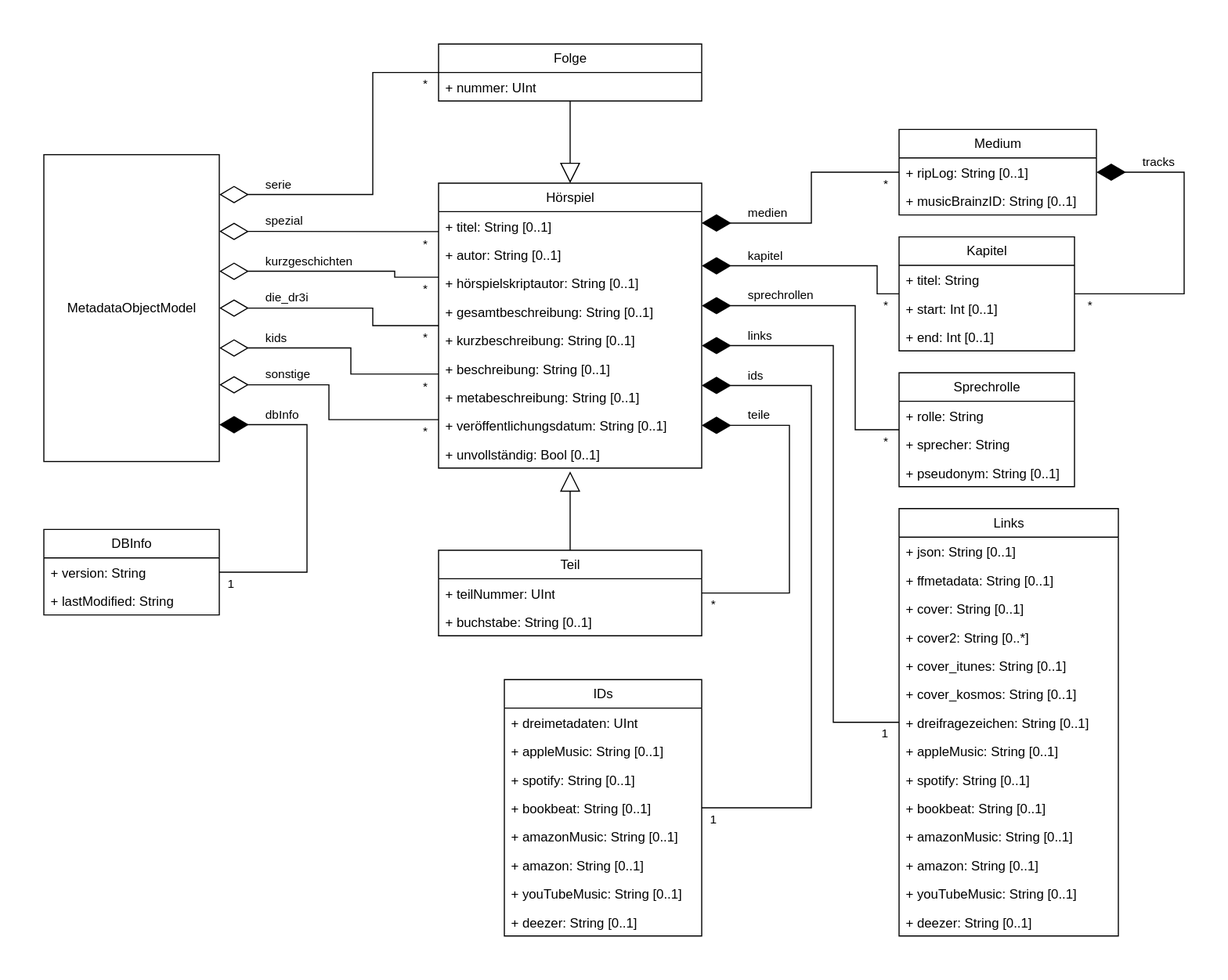
The draw.io diagram model/objectModel.svg in YourMJK/dreimetadaten, before a commit. Source tidied: cells renumbered, new cells last; positions are measured from the earlier drawing's top-left corner, leaving out a move shared by most shapes.
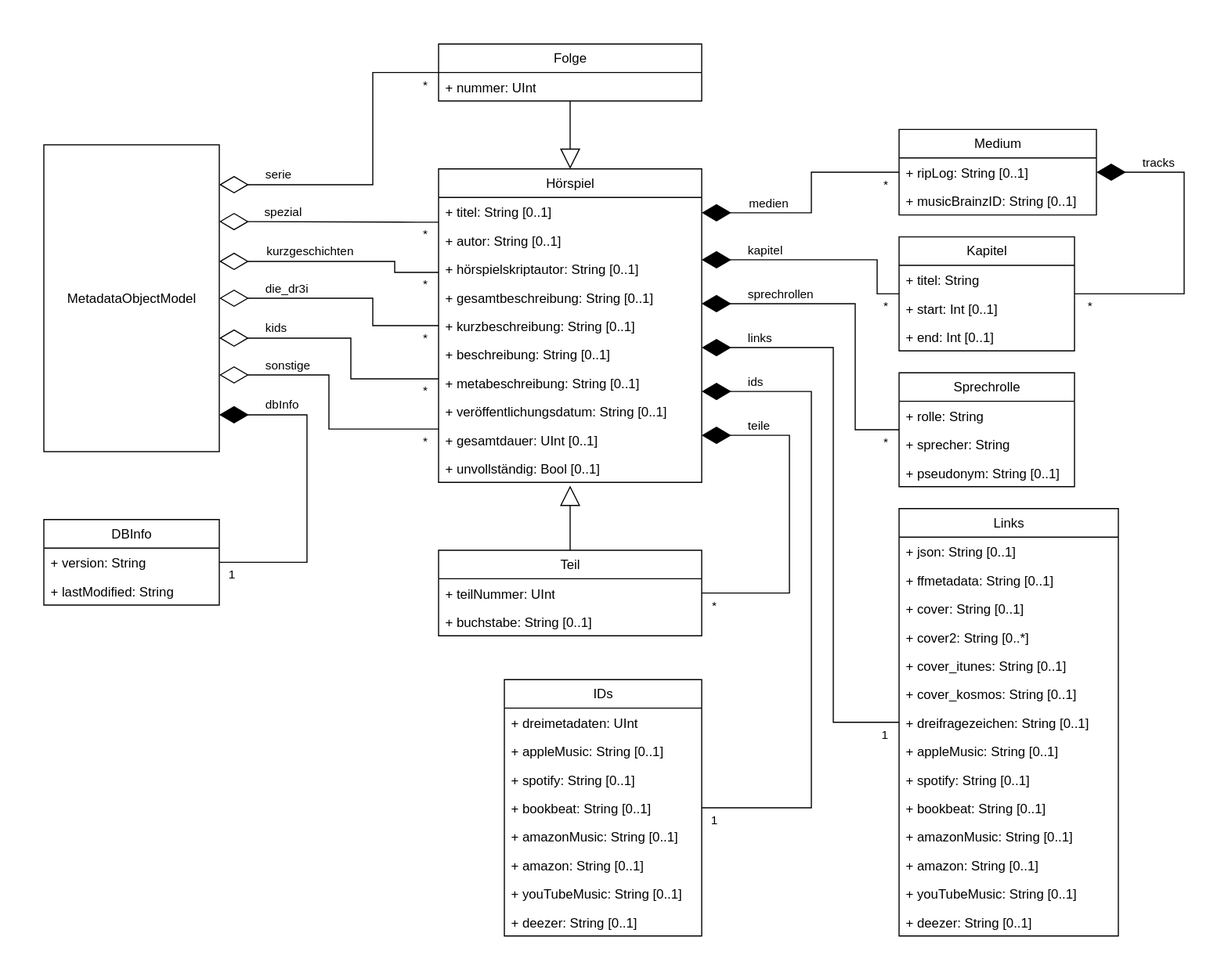
Later version of the same file.

Commit message:
code: Added new generated field "gesamtdauer" to object model (#100)

What changed in the source:
```diff
@@ -3,10 +3,10 @@
     <mxCell id="0" />
     <mxCell id="1" parent="0" />
     <mxCell id="2" value="MetadataObjectModel" style="html=1;whiteSpace=wrap;points=[[0,0,0,0,0],[0,0.25,0,0,0],[0,0.5,0,0,0],[0,0.75,0,0,0],[0,1,0,0,0],[0.25,0,0,0,0],[0.25,1,0,0,0],[0.5,0,0,0,0],[0.5,1,0,0,0],[0.75,0,0,0,0],[0.75,1,0,0,0],[1,0,0,0,0],[1,0.13,0,0,0],[1,0.25,0,0,0],[1,0.38,0,0,0],[1,0.5,0,0,0],[1,0.63,0,0,0],[1,0.75,0,0,0],[1,0.88,0,0,0],[1,1,0,0,0]];" parent="1" vertex="1">
-      <mxGeometry y="101" width="160" height="280" as="geometry" />
+      <mxGeometry y="92" width="160" height="280" as="geometry" />
     </mxCell>
     <mxCell id="3" value="Hörspiel" style="swimlane;fontStyle=0;horizontal=1;startSize=26;fillColor=none;whiteSpace=wrap;html=1;points=[[0,0,0,0,0],[0,0.17,0,0,0],[0,0.33,0,0,0],[0,0.5,0,0,0],[0,0.67,0,0,0],[0,0.83,0,0,0],[0,1,0,0,0],[0.25,0,0,0,0],[0.25,1,0,0,0],[0.5,0,0,0,0],[0.5,1,0,0,0],[0.75,0,0,0,0],[0.75,1,0,0,0],[1,0,0,0,0],[1,0.14,0,0,0],[1,0.29,0,0,0],[1,0.43,0,0,0],[1,0.57,0,0,0],[1,0.71,0,0,0],[1,0.85,0,0,0],[1,1,0,0,0]];" parent="1" vertex="1">
-      <mxGeometry x="360" y="127" width="240" height="260" as="geometry" />
+      <mxGeometry x="360" y="114" width="240" height="286" as="geometry" />
     </mxCell>
     <mxCell id="4" value="+ titel: String [0..1]" style="text;strokeColor=none;fillColor=none;align=left;verticalAlign=top;spacingLeft=4;spacingRight=4;overflow=hidden;whiteSpace=wrap;html=1;" parent="3" vertex="1">
       <mxGeometry y="26" width="240" height="26" as="geometry" />
@@ -32,8 +32,11 @@
     <mxCell id="11" value="+ veröffentlichungsdatum: String [0..1]" style="text;strokeColor=none;fillColor=none;align=left;verticalAlign=top;spacingLeft=4;spacingRight=4;overflow=hidden;whiteSpace=wrap;html=1;" parent="3" vertex="1">
       <mxGeometry y="208" width="240" height="26" as="geometry" />
     </mxCell>
+    <mxCell id="100" value="+ gesamtdauer: UInt [0..1]" style="text;strokeColor=none;fillColor=none;align=left;verticalAlign=top;spacingLeft=4;spacingRight=4;overflow=hidden;whiteSpace=wrap;html=1;" parent="3" vertex="1">
+      <mxGeometry y="234" width="240" height="26" as="geometry" />
+    </mxCell>
     <mxCell id="12" value="+ unvollständig: Bool [0..1]" style="text;strokeColor=none;fillColor=none;align=left;verticalAlign=top;spacingLeft=4;spacingRight=4;overflow=hidden;points=[[0,0.5],[1,0.5]];portConstraint=eastwest;whiteSpace=wrap;html=1;" parent="3" vertex="1">
-      <mxGeometry y="234" width="240" height="26" as="geometry" />
+      <mxGeometry y="260" width="240" height="26" as="geometry" />
     </mxCell>
     <mxCell id="13" value="Folge" style="swimlane;fontStyle=0;horizontal=1;startSize=26;fillColor=none;whiteSpace=wrap;html=1;points=[[0,0,0,0,0],[0,0.5,0,0,0],[0,1,0,0,0],[0.25,0,0,0,0],[0.25,1,0,0,0],[0.5,0,0,0,0],[0.5,1,0,0,0],[0.75,0,0,0,0],[0.75,1,0,0,0],[1,0,0,0,0],[1,0.25,0,0,0],[1,0.5,0,0,0],[1,0.75,0,0,0],[1,1,0,0,0]];" parent="1" vertex="1">
       <mxGeometry x="360" width="240" height="52" as="geometry" />
@@ -349,7 +352,7 @@
       <mxGeometry y="208" width="180" height="26" as="geometry" />
     </mxCell>
     <mxCell id="88" value="DBInfo" style="swimlane;fontStyle=0;horizontal=1;startSize=26;fillColor=none;whiteSpace=wrap;html=1;" parent="1" vertex="1">
-      <mxGeometry y="443" width="160" height="78" as="geometry" />
+      <mxGeometry y="434" width="160" height="78" as="geometry" />
     </mxCell>
     <mxCell id="89" value="+ version: String" style="text;strokeColor=none;fillColor=none;align=left;verticalAlign=top;spacingLeft=4;spacingRight=4;overflow=hidden;points=[[0,0.5],[1,0.5]];portConstraint=eastwest;whiteSpace=wrap;html=1;" parent="88" vertex="1">
       <mxGeometry y="26" width="160" height="26" as="geometry" />
```
